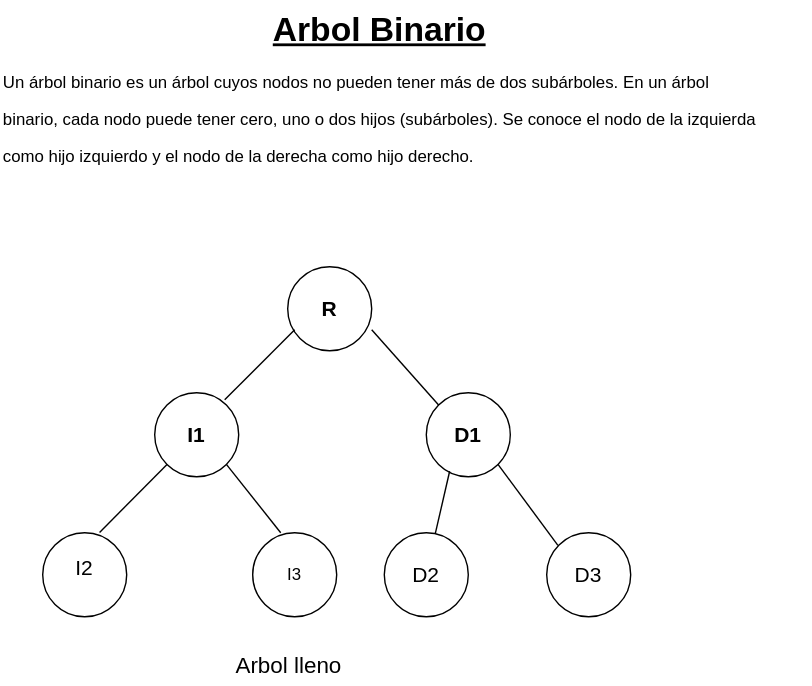
This is Estructura-de-datos/Arboles/Arbol-binario.drawio.svg from Nordcode-cyber/Algoritmos-Estructdatos, a draw.io export, as it was before one commit. Source tidied: cells renumbered, new cells last; positions are measured from the earlier drawing's top-left corner, leaving out a move shared by most shapes.
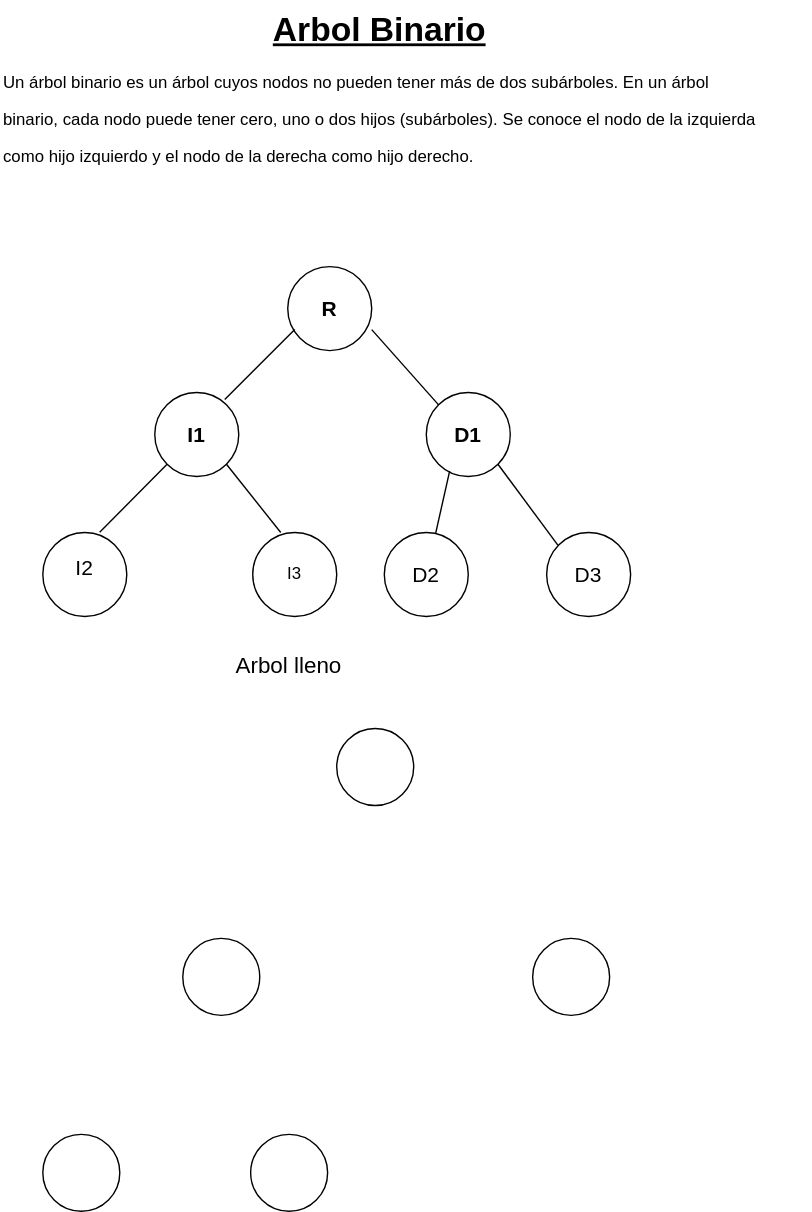
After the commit.

The edit, as a diff of the source:
```diff
@@ -75,5 +75,20 @@
     <mxCell id="23" value="&lt;font style=&quot;font-size: 16px; color: light-dark(rgb(0, 0, 0), rgb(0, 255, 128));&quot;&gt;Arbol lleno&lt;/font&gt;" style="text;html=1;align=center;verticalAlign=middle;whiteSpace=wrap;rounded=0;" parent="1" vertex="1">
       <mxGeometry x="138" y="460" width="136" height="30" as="geometry" />
     </mxCell>
+    <mxCell id="24" style="ellipse;whiteSpace=wrap;html=1;fillColor=none;" parent="1" vertex="1">
+      <mxGeometry x="240" y="520" width="55" height="55" as="geometry" />
+    </mxCell>
+    <mxCell id="25" style="ellipse;whiteSpace=wrap;html=1;fillColor=none;" parent="1" vertex="1">
+      <mxGeometry x="130" y="670" width="55" height="55" as="geometry" />
+    </mxCell>
+    <mxCell id="26" style="ellipse;whiteSpace=wrap;html=1;fillColor=none;" parent="1" vertex="1">
+      <mxGeometry x="380" y="670" width="55" height="55" as="geometry" />
+    </mxCell>
+    <mxCell id="27" style="ellipse;whiteSpace=wrap;html=1;fillColor=none;" parent="1" vertex="1">
+      <mxGeometry x="30" y="810" width="55" height="55" as="geometry" />
+    </mxCell>
+    <mxCell id="28" style="ellipse;whiteSpace=wrap;html=1;fillColor=none;" parent="1" vertex="1">
+      <mxGeometry x="178.5" y="810" width="55" height="55" as="geometry" />
+    </mxCell>
   </root>
 </mxGraphModel>
```
